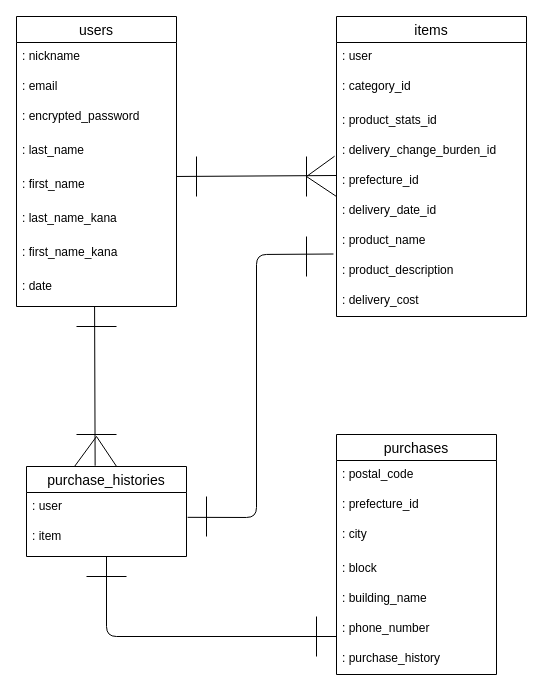
The draw.io diagram page "ページ1" (1 of 2) of er.dio in itoshin1341/furima-35411, before the edit. Source tidied: cells renumbered, new cells numbered last; positions are measured from the earlier drawing's top-left corner, leaving out a move shared by most shapes. Both pictures are drawn from the tidied source at 100%, with x=0, y=0 at pixel (16, 16).
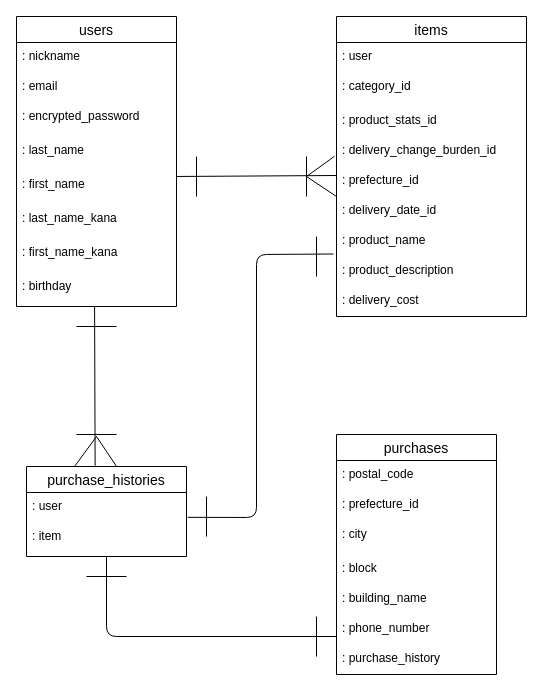
The same page after the edit.

Commit message (it also covers changes not shown here):
ER図とREADMEの修正

Unchanged cells that the change refers to:
```xml
<mxCell id="2" value="users" style="swimlane;fontStyle=0;horizontal=1;startSize=26;align=center;fontSize=14;" parent="1" vertex="1">
  <mxGeometry width="160" height="290" as="geometry" />
</mxCell>
```

What changed in the source:
```diff
@@
-    <mxCell id="10" value=": date" style="text;strokeColor=none;fillColor=none;spacingLeft=4;spacingRight=4;overflow=hidden;points=[[0,0.5],[1,0.5]];portConstraint=eastwest;fontSize=12;" parent="2" vertex="1">
+    <mxCell id="10" value=": birthday" style="text;strokeColor=none;fillColor=none;spacingLeft=4;spacingRight=4;overflow=hidden;points=[[0,0.5],[1,0.5]];portConstraint=eastwest;fontSize=12;" parent="2" vertex="1">
       <mxGeometry y="256" width="160" height="34" as="geometry" />
     </mxCell>
@@
     <mxCell id="43" style="endArrow=none;html=1;" parent="1" edge="1">
       <mxGeometry relative="1" as="geometry">
-        <mxPoint x="290" y="260" as="sourcePoint" />
-        <mxPoint x="290" y="220" as="targetPoint" />
+        <mxPoint x="300" y="260" as="sourcePoint" />
+        <mxPoint x="300" y="220" as="targetPoint" />
       </mxGeometry>
     </mxCell>
```
